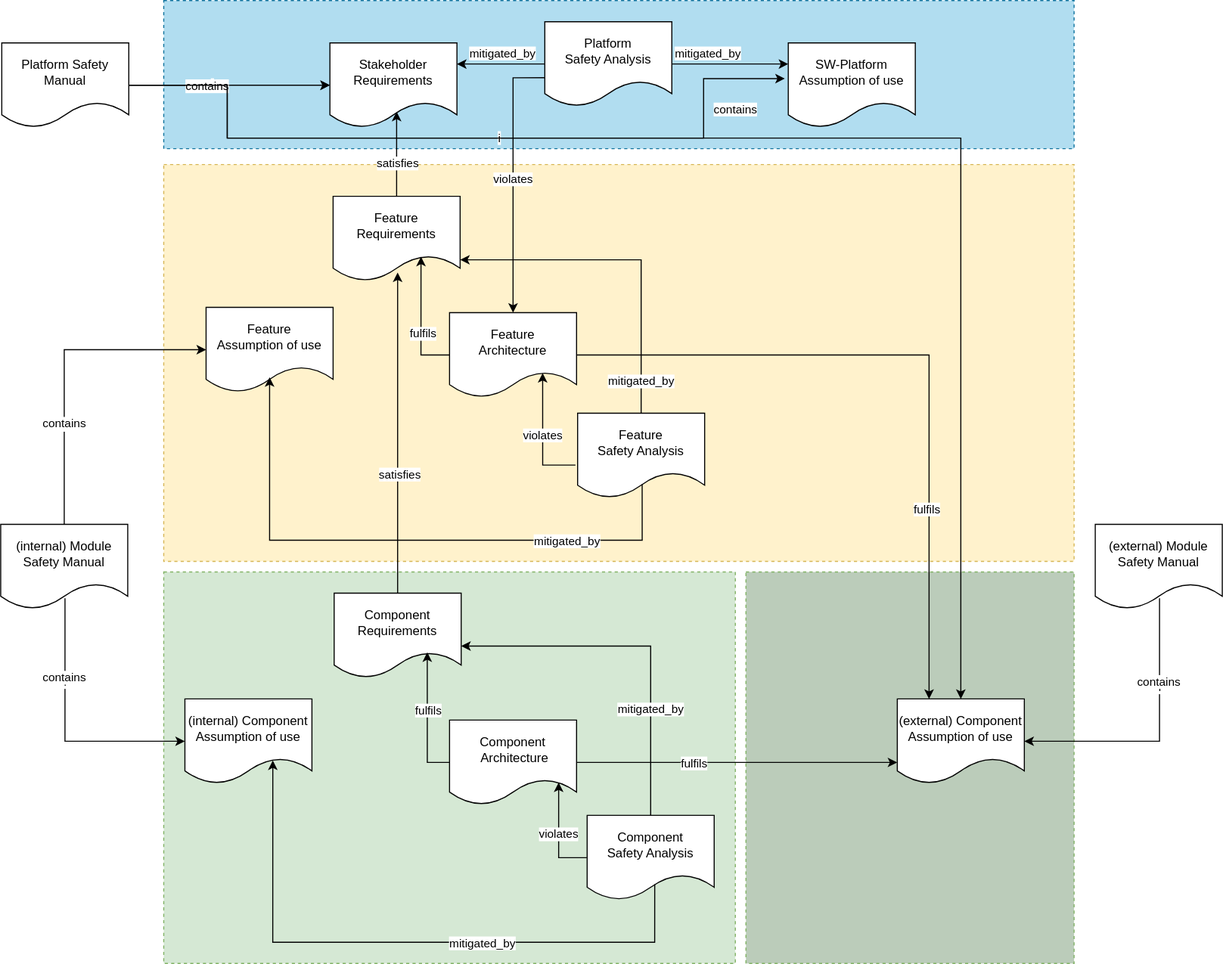
The draw.io diagram main/_images/aou_traceability.drawio.svg in eclipse-score/process_description, before a commit. Source tidied: cells renumbered, new cells last; positions are measured from the earlier drawing's top-left corner, leaving out a move shared by most shapes.
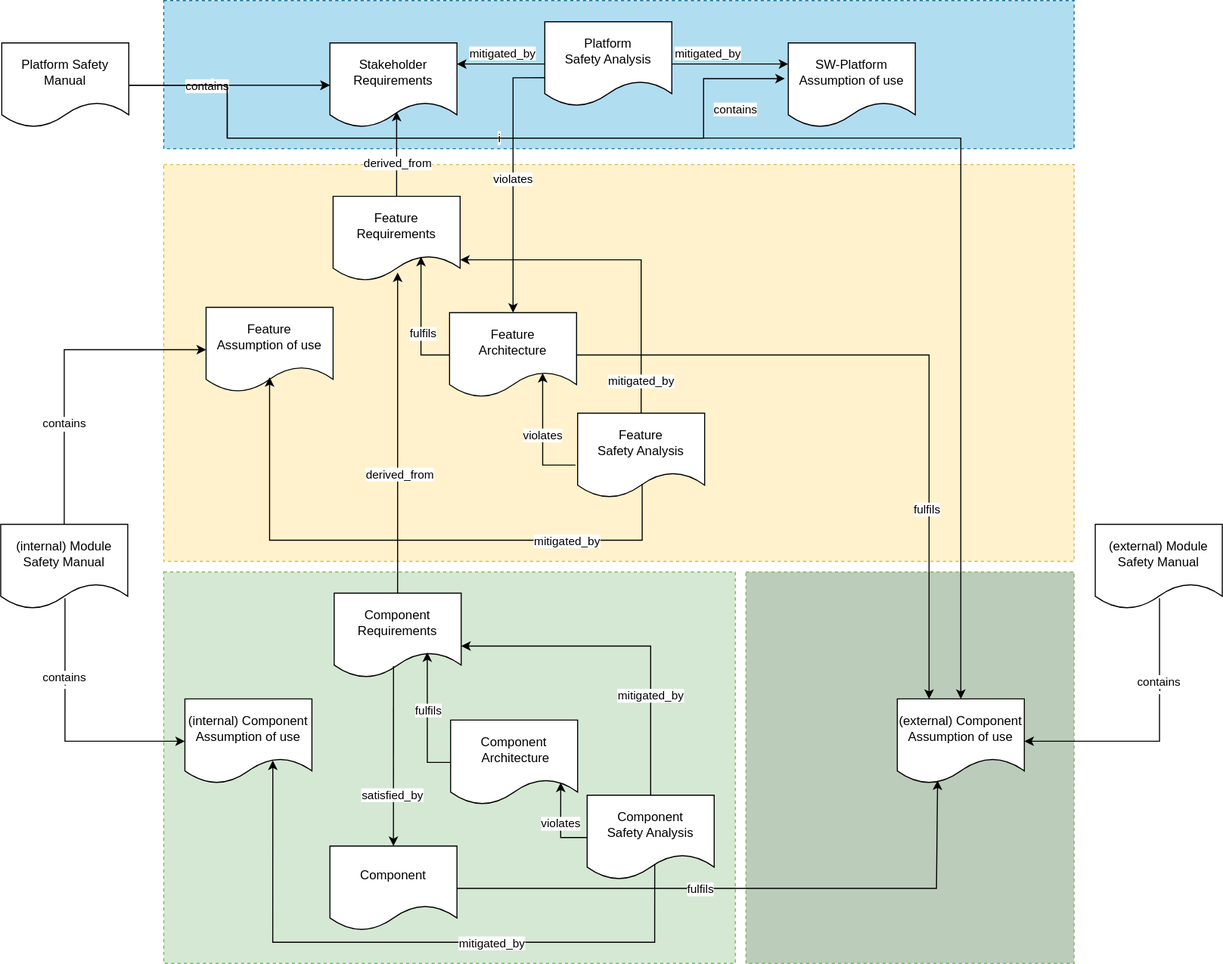
After the commit.

The edit, as a diff of the source:
```diff
@@ -32,7 +32,7 @@
     <mxCell id="9" style="edgeStyle=orthogonalEdgeStyle;rounded=0;jettySize=auto;html=1;entryX=0.525;entryY=0.813;entryDx=0;entryDy=0;entryPerimeter=0;" parent="1" edge="1" source="11" target="8">
       <mxGeometry relative="1" as="geometry" />
     </mxCell>
-    <mxCell id="10" value="satisfies" style="edgeLabel;html=1;align=center;verticalAlign=middle;" parent="9" vertex="1">
+    <mxCell id="10" value="derived_from" style="edgeLabel;html=1;align=center;verticalAlign=middle;" parent="9" vertex="1">
       <mxGeometry x="-0.19" relative="1" as="geometry" />
     </mxCell>
     <mxCell id="11" value="Feature Requirements" style="shape=document;whiteSpace=wrap;html=1;boundedLbl=1;" parent="1" vertex="1">
@@ -41,7 +41,7 @@
     <mxCell id="12" style="edgeStyle=orthogonalEdgeStyle;rounded=0;jettySize=auto;html=1;entryX=0.508;entryY=0.9;entryDx=0;entryDy=0;entryPerimeter=0;" parent="1" edge="1" source="15" target="11">
       <mxGeometry relative="1" as="geometry" />
     </mxCell>
-    <mxCell id="13" value="satisfies" style="edgeLabel;html=1;align=center;verticalAlign=middle;" parent="12" vertex="1">
+    <mxCell id="13" value="derived_from" style="edgeLabel;html=1;align=center;verticalAlign=middle;" parent="12" vertex="1">
       <mxGeometry x="-0.25" y="-2" relative="1" as="geometry" />
     </mxCell>
     <mxCell id="14" value="mitigated_by" style="edgeStyle=orthogonalEdgeStyle;rounded=0;jettySize=auto;html=1;entryX=0.5;entryY=0;entryDx=0;entryDy=0;exitX=1;exitY=0.625;exitDx=0;exitDy=0;exitPerimeter=0;startArrow=classic;startFill=1;endArrow=none;endFill=0;" parent="1" edge="1" source="15" target="23">
@@ -63,7 +63,7 @@
       </mxGeometry>
     </mxCell>
     <mxCell id="18" value="Component&lt;br&gt;&amp;nbsp;Architecture" style="shape=document;whiteSpace=wrap;html=1;boundedLbl=1;" parent="1" vertex="1">
-      <mxGeometry x="424" y="680" width="120" height="80" as="geometry" />
+      <mxGeometry x="425" y="680" width="120" height="80" as="geometry" />
     </mxCell>
     <mxCell id="19" style="edgeStyle=orthogonalEdgeStyle;rounded=0;jettySize=auto;html=1;entryX=0.692;entryY=0.713;entryDx=0;entryDy=0;entryPerimeter=0;exitX=0;exitY=0.5;exitDx=0;exitDy=0;" parent="1" edge="1" source="26" target="11">
       <mxGeometry relative="1" as="geometry" />
@@ -74,11 +74,15 @@
     <mxCell id="21" value="(internal) Module Safety Manual" style="shape=document;whiteSpace=wrap;html=1;boundedLbl=1;" parent="1" vertex="1">
       <mxGeometry y="495" width="120" height="80" as="geometry" />
     </mxCell>
-    <mxCell id="22" value="violates" style="edgeStyle=orthogonalEdgeStyle;rounded=0;jettySize=auto;html=1;entryX=0.859;entryY=0.737;entryDx=0;entryDy=0;entryPerimeter=0;" parent="1" edge="1" source="23" target="18">
-      <mxGeometry relative="1" as="geometry" />
+    <mxCell id="22" value="violates" style="edgeStyle=orthogonalEdgeStyle;rounded=0;jettySize=auto;html=1;entryX=0.867;entryY=0.738;entryDx=0;entryDy=0;entryPerimeter=0;" parent="1" edge="1" source="23" target="18">
+      <mxGeometry relative="1" as="geometry">
+        <Array as="points">
+          <mxPoint x="529" y="791" />
+        </Array>
+      </mxGeometry>
     </mxCell>
     <mxCell id="23" value="Component&lt;br&gt;Safety Analysis" style="shape=document;whiteSpace=wrap;html=1;boundedLbl=1;" parent="1" vertex="1">
-      <mxGeometry x="554" y="770" width="120" height="80" as="geometry" />
+      <mxGeometry x="554" y="751" width="120" height="80" as="geometry" />
     </mxCell>
     <mxCell id="24" style="edgeStyle=orthogonalEdgeStyle;rounded=0;jettySize=auto;html=1;exitX=0.692;exitY=0.727;exitDx=0;exitDy=0;exitPerimeter=0;entryX=0.532;entryY=0.815;entryDx=0;entryDy=0;entryPerimeter=0;startArrow=classic;startFill=1;endArrow=none;endFill=0;" parent="1" edge="1" source="7" target="23">
       <mxGeometry relative="1" as="geometry">
@@ -175,11 +179,10 @@
     <mxCell id="44" value="(external) Module Safety Manual" style="shape=document;whiteSpace=wrap;html=1;boundedLbl=1;" parent="1" vertex="1">
       <mxGeometry x="1034" y="495" width="120" height="80" as="geometry" />
     </mxCell>
-    <mxCell id="45" style="edgeStyle=orthogonalEdgeStyle;rounded=0;jettySize=auto;html=1;entryX=0;entryY=0.75;entryDx=0;entryDy=0;exitX=1;exitY=0.5;exitDx=0;exitDy=0;" parent="1" edge="1" source="18" target="43">
+    <mxCell id="45" style="edgeStyle=orthogonalEdgeStyle;rounded=0;jettySize=auto;html=1;entryX=0.317;entryY=0.963;entryDx=0;entryDy=0;exitX=1;exitY=0.5;exitDx=0;exitDy=0;entryPerimeter=0;" parent="1" edge="1" source="56" target="43">
       <mxGeometry relative="1" as="geometry">
         <Array as="points">
-          <mxPoint x="804" y="720" />
-          <mxPoint x="804" y="720" />
+          <mxPoint x="884" y="839" />
         </Array>
       </mxGeometry>
     </mxCell>
@@ -240,5 +243,16 @@
     <mxCell id="55" value="violates" style="edgeStyle=orthogonalEdgeStyle;rounded=0;jettySize=auto;html=1;entryX=0.5;entryY=0;entryDx=0;entryDy=0;exitX=0.003;exitY=0.662;exitDx=0;exitDy=0;exitPerimeter=0;" parent="1" edge="1" source="52" target="26">
       <mxGeometry relative="1" as="geometry" />
     </mxCell>
+    <mxCell id="56" value="Component" style="shape=document;whiteSpace=wrap;html=1;boundedLbl=1;" parent="1" vertex="1">
+      <mxGeometry x="311" y="799" width="120" height="80" as="geometry" />
+    </mxCell>
+    <mxCell id="57" style="edgeStyle=orthogonalEdgeStyle;rounded=0;jettySize=auto;html=1;entryX=0.5;entryY=0;entryDx=0;entryDy=0;exitX=0.467;exitY=0.863;exitDx=0;exitDy=0;exitPerimeter=0;" parent="1" edge="1" source="15" target="56">
+      <mxGeometry relative="1" as="geometry" />
+    </mxCell>
+    <mxCell id="58" value="satisfied_by" style="edgeLabel;html=1;align=center;verticalAlign=middle;" parent="57" vertex="1">
+      <mxGeometry x="-0.25" y="-2" relative="1" as="geometry">
+        <mxPoint y="58" as="offset" />
+      </mxGeometry>
+    </mxCell>
   </root>
 </mxGraphModel>
```
